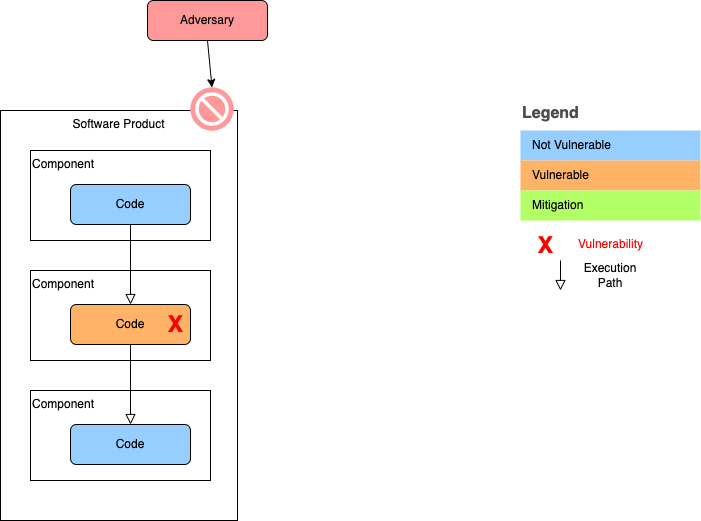
nishakm/VexStatusJustificationDiagrams keeps this draw.io diagram as 3.6-vulnerable_code_cannot_be_controlled_by_adversary.b.drawio.png. Above is the earlier version. Source tidied: cells renumbered, new cells last; positions are measured from the earlier drawing's top-left corner, leaving out a move shared by most shapes. The source it was exported from:
```xml
<mxGraphModel>
  <root>
    <mxCell id="0" />
    <mxCell id="1" parent="0" />
    <mxCell id="2" value="Legend" style="align=left;fontSize=16;fontStyle=1;strokeColor=none;fillColor=none;fontColor=#4D4D4D;spacingTop=-8;" parent="1" vertex="1">
      <mxGeometry x="520" y="100" width="180" height="30" as="geometry" />
    </mxCell>
    <mxCell id="3" style="shape=table;html=1;whiteSpace=wrap;startSize=0;fillColor=none;align=left;spacingLeft=10;strokeColor=none;rounded=1;arcSize=11;fontColor=#FFFFFF;" parent="1" vertex="1">
      <mxGeometry x="520" y="130" width="180" height="90" as="geometry" />
    </mxCell>
    <mxCell id="4" value="&lt;font color=&quot;#000000&quot;&gt;Not Vulnerable&lt;/font&gt;" style="shape=partialRectangle;html=1;whiteSpace=wrap;fillColor=#96ceff;top=0;left=0;bottom=0;right=0;overflow=hidden;align=left;spacingLeft=10;fontColor=#FFFFFF;" parent="3" vertex="1">
      <mxGeometry width="180" height="30" as="geometry" />
    </mxCell>
    <mxCell id="5" value="&lt;font color=&quot;#000000&quot;&gt;Vulnerable&lt;/font&gt;" style="shape=partialRectangle;html=1;whiteSpace=wrap;fillColor=#FFB366;top=0;left=0;bottom=0;right=0;overflow=hidden;align=left;spacingLeft=10;fontColor=#FFFFFF;" parent="3" vertex="1">
      <mxGeometry y="30" width="180" height="30" as="geometry" />
    </mxCell>
    <mxCell id="6" value="&lt;font color=&quot;#000000&quot;&gt;Mitigation&lt;/font&gt;" style="shape=partialRectangle;html=1;whiteSpace=wrap;fillColor=#B3FF66;top=0;left=0;bottom=0;right=0;overflow=hidden;align=left;spacingLeft=10;fontColor=#FFFFFF;" parent="3" vertex="1">
      <mxGeometry y="60" width="180" height="30" as="geometry" />
    </mxCell>
    <mxCell id="7" style="rounded=0;html=1;jettySize=auto;orthogonalLoop=1;fontSize=11;endArrow=block;endFill=0;endSize=8;strokeWidth=1;shadow=0;labelBackgroundColor=none;edgeStyle=orthogonalEdgeStyle;" parent="1" edge="1">
      <mxGeometry relative="1" as="geometry">
        <mxPoint x="560" y="260" as="sourcePoint" />
        <mxPoint x="560" y="290" as="targetPoint" />
      </mxGeometry>
    </mxCell>
    <mxCell id="8" value="Execution Path" style="text;html=1;strokeColor=none;fillColor=none;align=center;verticalAlign=middle;whiteSpace=wrap;rounded=0;" parent="1" vertex="1">
      <mxGeometry x="580" y="260" width="60" height="30" as="geometry" />
    </mxCell>
    <mxCell id="9" value="Software Product" style="rounded=0;whiteSpace=wrap;html=1;verticalAlign=top;" parent="1" vertex="1">
      <mxGeometry y="110" width="237" height="410" as="geometry" />
    </mxCell>
    <mxCell id="10" value="Component" style="rounded=0;whiteSpace=wrap;html=1;verticalAlign=top;align=left;fillColor=none;" parent="1" vertex="1">
      <mxGeometry x="30" y="150" width="180" height="90" as="geometry" />
    </mxCell>
    <mxCell id="11" value="Code" style="rounded=1;whiteSpace=wrap;html=1;fontSize=12;glass=0;strokeWidth=1;shadow=0;fillColor=#96ceff;" parent="1" vertex="1">
      <mxGeometry x="70" y="184" width="120" height="40" as="geometry" />
    </mxCell>
    <mxCell id="12" value="Component" style="rounded=0;whiteSpace=wrap;html=1;verticalAlign=top;align=left;fillColor=none;" parent="1" vertex="1">
      <mxGeometry x="30" y="270" width="180" height="90" as="geometry" />
    </mxCell>
    <mxCell id="13" value="Code" style="rounded=1;whiteSpace=wrap;html=1;fontSize=12;glass=0;strokeWidth=1;shadow=0;fillColor=#FFB366;" parent="1" vertex="1">
      <mxGeometry x="70" y="304" width="120" height="40" as="geometry" />
    </mxCell>
    <mxCell id="14" style="rounded=0;html=1;jettySize=auto;fontSize=11;endArrow=block;endFill=0;endSize=8;strokeWidth=1;shadow=0;labelBackgroundColor=none;edgeStyle=orthogonalEdgeStyle;" parent="1" edge="1" source="11" target="13">
      <mxGeometry relative="1" as="geometry" />
    </mxCell>
    <mxCell id="15" value="Component" style="rounded=0;whiteSpace=wrap;html=1;verticalAlign=top;align=left;fillColor=none;" parent="1" vertex="1">
      <mxGeometry x="30" y="390" width="180" height="90" as="geometry" />
    </mxCell>
    <mxCell id="16" value="Code" style="rounded=1;whiteSpace=wrap;html=1;fontSize=12;glass=0;strokeWidth=1;shadow=0;fillColor=#96ceff;" parent="1" vertex="1">
      <mxGeometry x="70" y="424" width="120" height="40" as="geometry" />
    </mxCell>
    <mxCell id="17" style="rounded=0;html=1;jettySize=auto;fontSize=11;endArrow=block;endFill=0;endSize=8;strokeWidth=1;shadow=0;labelBackgroundColor=none;edgeStyle=orthogonalEdgeStyle;" parent="1" edge="1" source="13" target="16">
      <mxGeometry relative="1" as="geometry" />
    </mxCell>
    <mxCell id="18" value="Adversary" style="rounded=1;whiteSpace=wrap;html=1;fontSize=12;glass=0;strokeWidth=1;shadow=0;fillColor=#FF9999;" parent="1" vertex="1">
      <mxGeometry x="147" width="120" height="40" as="geometry" />
    </mxCell>
    <mxCell id="19" style="fillColor=#FF9999;verticalLabelPosition=bottom;sketch=0;html=1;strokeColor=#ffffff;verticalAlign=top;align=center;points=[[0.145,0.145,0],[0.5,0,0],[0.855,0.145,0],[1,0.5,0],[0.855,0.855,0],[0.5,1,0],[0.145,0.855,0],[0,0.5,0]];shape=mxgraph.cisco_safe.compositeIcon;bgIcon=ellipse;resIcon=mxgraph.cisco_safe.capability.block;fontColor=#000000;" parent="1" vertex="1">
      <mxGeometry x="190" y="87" width="43" height="43" as="geometry" />
    </mxCell>
    <mxCell id="20" style="endArrow=classic;html=1;rounded=0;fontColor=#000000;exitX=0.5;exitY=1;exitDx=0;exitDy=0;entryX=0.5;entryY=0;entryDx=0;entryDy=0;entryPerimeter=0;" parent="1" edge="1" source="18" target="19">
      <mxGeometry relative="1" as="geometry" />
    </mxCell>
    <mxCell id="21" value="&lt;font size=&quot;1&quot; color=&quot;#ff0000&quot;&gt;&lt;b style=&quot;font-size: 23px;&quot;&gt;X&lt;/b&gt;&lt;/font&gt;" style="text;html=1;align=center;verticalAlign=middle;strokeColor=none;fillColor=none;fontSize=16;fontColor=#44AB44;" parent="1" vertex="1">
      <mxGeometry x="530" y="230" width="30" height="30" as="geometry" />
    </mxCell>
    <mxCell id="22" value="&lt;font style=&quot;font-size: 12px;&quot;&gt;Vulnerability&lt;/font&gt;" style="text;html=1;align=center;verticalAlign=middle;strokeColor=none;fillColor=none;fontSize=23;fontColor=#FF0000;" parent="1" vertex="1">
      <mxGeometry x="570" y="220" width="80" height="40" as="geometry" />
    </mxCell>
    <mxCell id="23" value="&lt;font size=&quot;1&quot; color=&quot;#ff0000&quot;&gt;&lt;b style=&quot;font-size: 23px;&quot;&gt;X&lt;/b&gt;&lt;/font&gt;" style="text;html=1;align=center;verticalAlign=middle;strokeColor=none;fillColor=none;fontSize=16;fontColor=#44AB44;" parent="1" vertex="1">
      <mxGeometry x="160" y="309" width="30" height="30" as="geometry" />
    </mxCell>
  </root>
</mxGraphModel>
```
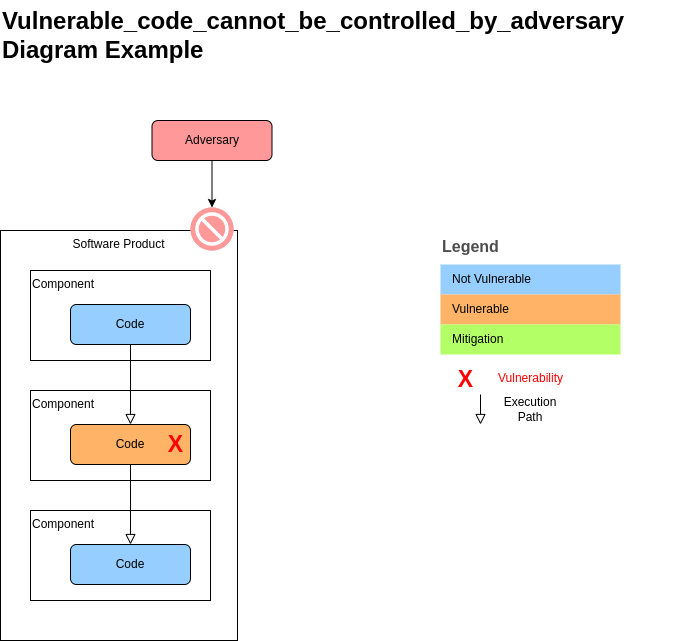
The same file after the commit.

What changed in the source:
```diff
@@ -3,10 +3,10 @@
     <mxCell id="0" />
     <mxCell id="1" parent="0" />
     <mxCell id="2" value="Legend" style="align=left;fontSize=16;fontStyle=1;strokeColor=none;fillColor=none;fontColor=#4D4D4D;spacingTop=-8;" parent="1" vertex="1">
-      <mxGeometry x="520" y="100" width="180" height="30" as="geometry" />
+      <mxGeometry x="440" y="114" width="180" height="30" as="geometry" />
     </mxCell>
     <mxCell id="3" style="shape=table;html=1;whiteSpace=wrap;startSize=0;fillColor=none;align=left;spacingLeft=10;strokeColor=none;rounded=1;arcSize=11;fontColor=#FFFFFF;" parent="1" vertex="1">
-      <mxGeometry x="520" y="130" width="180" height="90" as="geometry" />
+      <mxGeometry x="440" y="144" width="180" height="90" as="geometry" />
     </mxCell>
     <mxCell id="4" value="&lt;font color=&quot;#000000&quot;&gt;Not Vulnerable&lt;/font&gt;" style="shape=partialRectangle;html=1;whiteSpace=wrap;fillColor=#96ceff;top=0;left=0;bottom=0;right=0;overflow=hidden;align=left;spacingLeft=10;fontColor=#FFFFFF;" parent="3" vertex="1">
       <mxGeometry width="180" height="30" as="geometry" />
@@ -19,12 +19,12 @@
     </mxCell>
     <mxCell id="7" style="rounded=0;html=1;jettySize=auto;orthogonalLoop=1;fontSize=11;endArrow=block;endFill=0;endSize=8;strokeWidth=1;shadow=0;labelBackgroundColor=none;edgeStyle=orthogonalEdgeStyle;" parent="1" edge="1">
       <mxGeometry relative="1" as="geometry">
-        <mxPoint x="560" y="260" as="sourcePoint" />
-        <mxPoint x="560" y="290" as="targetPoint" />
+        <mxPoint x="480" y="274" as="sourcePoint" />
+        <mxPoint x="480" y="304" as="targetPoint" />
       </mxGeometry>
     </mxCell>
     <mxCell id="8" value="Execution Path" style="text;html=1;strokeColor=none;fillColor=none;align=center;verticalAlign=middle;whiteSpace=wrap;rounded=0;" parent="1" vertex="1">
-      <mxGeometry x="580" y="260" width="60" height="30" as="geometry" />
+      <mxGeometry x="500" y="274" width="60" height="30" as="geometry" />
     </mxCell>
     <mxCell id="9" value="Software Product" style="rounded=0;whiteSpace=wrap;html=1;verticalAlign=top;" parent="1" vertex="1">
       <mxGeometry y="110" width="237" height="410" as="geometry" />
@@ -54,7 +54,7 @@
       <mxGeometry relative="1" as="geometry" />
     </mxCell>
     <mxCell id="18" value="Adversary" style="rounded=1;whiteSpace=wrap;html=1;fontSize=12;glass=0;strokeWidth=1;shadow=0;fillColor=#FF9999;" parent="1" vertex="1">
-      <mxGeometry x="147" width="120" height="40" as="geometry" />
+      <mxGeometry x="151.5" width="120" height="40" as="geometry" />
     </mxCell>
     <mxCell id="19" style="fillColor=#FF9999;verticalLabelPosition=bottom;sketch=0;html=1;strokeColor=#ffffff;verticalAlign=top;align=center;points=[[0.145,0.145,0],[0.5,0,0],[0.855,0.145,0],[1,0.5,0],[0.855,0.855,0],[0.5,1,0],[0.145,0.855,0],[0,0.5,0]];shape=mxgraph.cisco_safe.compositeIcon;bgIcon=ellipse;resIcon=mxgraph.cisco_safe.capability.block;fontColor=#000000;" parent="1" vertex="1">
       <mxGeometry x="190" y="87" width="43" height="43" as="geometry" />
@@ -63,13 +63,16 @@
       <mxGeometry relative="1" as="geometry" />
     </mxCell>
     <mxCell id="21" value="&lt;font size=&quot;1&quot; color=&quot;#ff0000&quot;&gt;&lt;b style=&quot;font-size: 23px;&quot;&gt;X&lt;/b&gt;&lt;/font&gt;" style="text;html=1;align=center;verticalAlign=middle;strokeColor=none;fillColor=none;fontSize=16;fontColor=#44AB44;" parent="1" vertex="1">
-      <mxGeometry x="530" y="230" width="30" height="30" as="geometry" />
+      <mxGeometry x="450" y="244" width="30" height="30" as="geometry" />
     </mxCell>
     <mxCell id="22" value="&lt;font style=&quot;font-size: 12px;&quot;&gt;Vulnerability&lt;/font&gt;" style="text;html=1;align=center;verticalAlign=middle;strokeColor=none;fillColor=none;fontSize=23;fontColor=#FF0000;" parent="1" vertex="1">
-      <mxGeometry x="570" y="220" width="80" height="40" as="geometry" />
+      <mxGeometry x="490" y="234" width="80" height="40" as="geometry" />
     </mxCell>
     <mxCell id="23" value="&lt;font size=&quot;1&quot; color=&quot;#ff0000&quot;&gt;&lt;b style=&quot;font-size: 23px;&quot;&gt;X&lt;/b&gt;&lt;/font&gt;" style="text;html=1;align=center;verticalAlign=middle;strokeColor=none;fillColor=none;fontSize=16;fontColor=#44AB44;" parent="1" vertex="1">
       <mxGeometry x="160" y="309" width="30" height="30" as="geometry" />
     </mxCell>
+    <mxCell id="24" value="Vulnerable_code_cannot_be_controlled_by_adversary&lt;br&gt;Diagram Example" style="text;strokeColor=none;fillColor=none;html=1;fontSize=24;fontStyle=1;verticalAlign=middle;align=left;" parent="1" vertex="1">
+      <mxGeometry y="-120" width="690" height="70" as="geometry" />
+    </mxCell>
   </root>
 </mxGraphModel>
```
